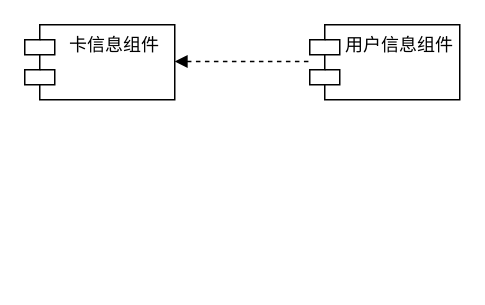
Above: time.geekbang/卡注册组件.drawio in chenlongqiang/draw.io (draw.io), before the change. Source tidied: cells renumbered, new cells numbered last; positions are measured from the earlier drawing's top-left corner, leaving out a move shared by most shapes. Both pictures are drawn from the tidied source at 150%, with x=0, y=0 at pixel (24, 24).
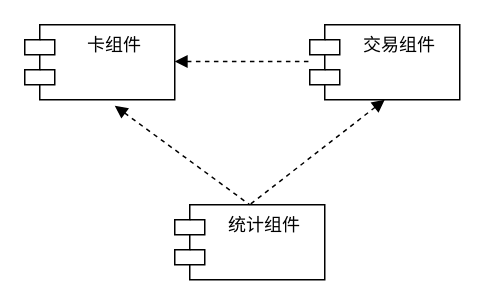
The same diagram, later.

Commit message (it also covers changes not shown here):
更新卡注册组件.drawio

Diff of the diagram source:
```diff
@@
 <mxGraphModel background="#ffffff">
   <root>
     <mxCell id="0" />
     <mxCell id="1" parent="0" />
-    <mxCell id="2" value="卡信息组件" style="shape=module;align=left;spacingLeft=20;align=center;verticalAlign=top;" parent="1" vertex="1">
+    <mxCell id="2" value="卡组件" style="shape=module;align=left;spacingLeft=20;align=center;verticalAlign=top;" parent="1" vertex="1">
       <mxGeometry width="100" height="50" as="geometry" />
     </mxCell>
-    <mxCell id="3" value="用户信息组件" style="shape=module;align=left;spacingLeft=20;align=center;verticalAlign=top;" parent="1" vertex="1">
+    <mxCell id="3" value="交易组件" style="shape=module;align=left;spacingLeft=20;align=center;verticalAlign=top;" parent="1" vertex="1">
       <mxGeometry x="190" width="100" height="50" as="geometry" />
     </mxCell>
     <mxCell id="4" style="html=1;verticalAlign=bottom;endArrow=none;dashed=1;startArrow=block;startFill=1;endFill=0;" parent="1" edge="1">
       <mxGeometry relative="1" as="geometry">
         <mxPoint x="100" y="24.5" as="sourcePoint" />
         <mxPoint x="190" y="24.5" as="targetPoint" />
       </mxGeometry>
     </mxCell>
+    <mxCell id="5" value="统计组件" style="shape=module;align=left;spacingLeft=20;align=center;verticalAlign=top;" parent="1" vertex="1">
+      <mxGeometry x="100" y="120" width="100" height="50" as="geometry" />
+    </mxCell>
+    <mxCell id="6" style="html=1;verticalAlign=bottom;endArrow=none;dashed=1;startArrow=block;startFill=1;endFill=0;entryX=0.5;entryY=0;entryDx=0;entryDy=0;exitX=0.6;exitY=1.08;exitDx=0;exitDy=0;exitPerimeter=0;" parent="1" edge="1" source="2" target="5">
+      <mxGeometry relative="1" as="geometry" />
+    </mxCell>
+    <mxCell id="7" style="html=1;verticalAlign=bottom;endArrow=none;dashed=1;startArrow=block;startFill=1;endFill=0;entryX=0.5;entryY=0;entryDx=0;entryDy=0;" parent="1" edge="1">
+      <mxGeometry relative="1" as="geometry">
+        <mxPoint x="240" y="50" as="sourcePoint" />
+        <mxPoint x="150" y="120" as="targetPoint" />
+      </mxGeometry>
+    </mxCell>
   </root>
 </mxGraphModel>
```
